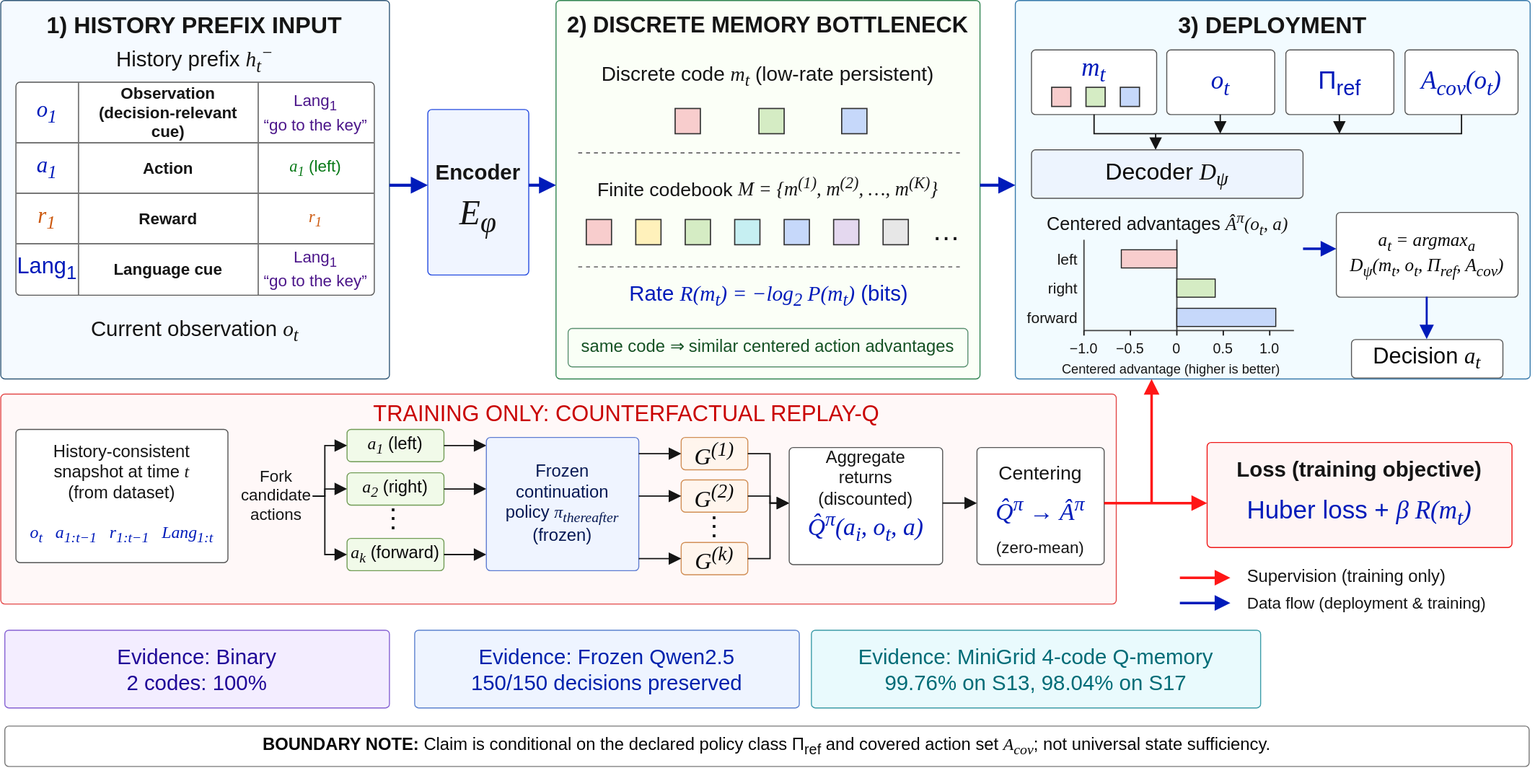
JJayshum/Q-Memory keeps this draw.io diagram as policy_class_q_memory_main_figure.svg. Above is the earlier version. Source tidied: cells renumbered, new cells last; positions are measured from the earlier drawing's top-left corner, leaving out a move shared by most shapes.
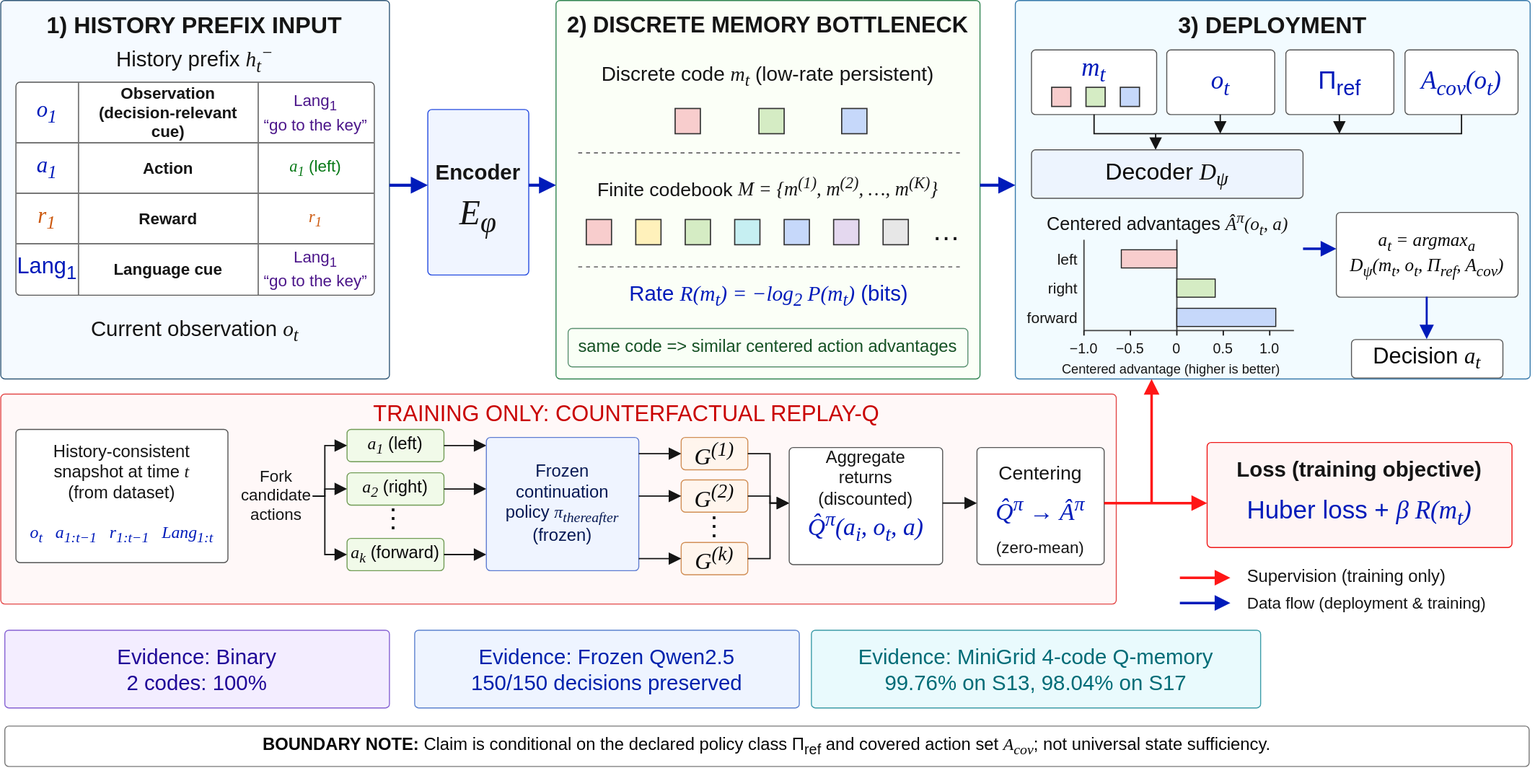
After the commit.

Commit message:
Use draw.io vector figure in manuscript

Change to the diagram source:
```diff
@@ -143,7 +143,7 @@
     <mxCell id="41" value="Rate  &lt;font face=&quot;Times New Roman&quot;&gt;&lt;i&gt;R(m&lt;sub&gt;t&lt;/sub&gt;) = &amp;minus;log&lt;sub&gt;2&lt;/sub&gt; P(m&lt;sub&gt;t&lt;/sub&gt;)&lt;/i&gt;&lt;/font&gt;  (bits)" style="html=1;whiteSpace=wrap;fontFamily=Arial;fontSize=18;fontColor=#080808;spacing=2;text;fillColor=none;strokeColor=none;fontSize=21;fontColor=#001bba;fontStyle=0;align=center;verticalAlign=middle;" parent="24" vertex="1">
       <mxGeometry x="18" y="272" width="386" height="42" as="geometry" />
     </mxCell>
-    <mxCell id="42" value="same code &amp;rArr; similar centered action advantages" style="html=1;whiteSpace=wrap;fontFamily=Arial;fontSize=18;fontColor=#080808;spacing=2;rounded=1;arcSize=8;absoluteArcSize=1;fillColor=#f9fff6;strokeColor=#5b9171;strokeWidth=1;fontSize=17;fontColor=#155124;" parent="24" vertex="1">
+    <mxCell id="42" value="same code =&amp;gt; similar centered action advantages" style="html=1;whiteSpace=wrap;fontFamily=Arial;fontSize=18;fontColor=#080808;spacing=2;rounded=1;arcSize=8;absoluteArcSize=1;fillColor=#f9fff6;strokeColor=#5b9171;strokeWidth=1;fontSize=17;fontColor=#155124;" parent="24" vertex="1">
       <mxGeometry x="12" y="325" width="396" height="38" as="geometry" />
     </mxCell>
     <mxCell id="43" style="html=1;whiteSpace=wrap;fontFamily=Arial;fontSize=18;fontColor=#080808;spacing=2;rounded=1;arcSize=8;absoluteArcSize=1;fillColor=#f2fbff;strokeColor=#377aac;strokeWidth=1;" parent="1" vertex="1">
```
